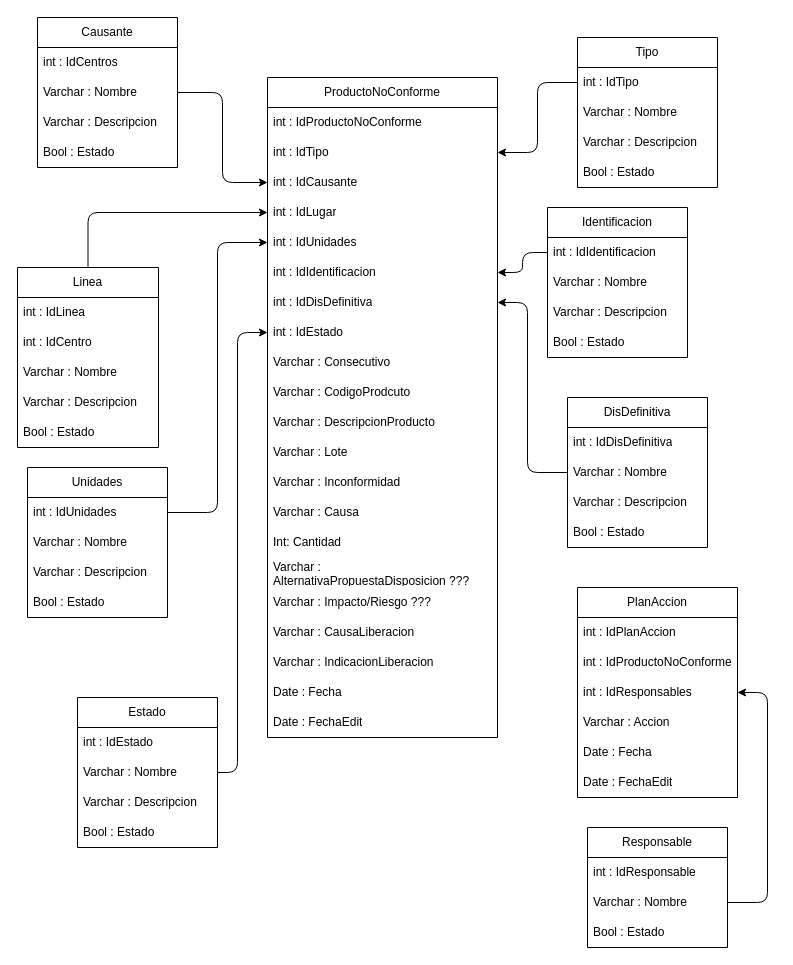
Above: ProductoNoConforme.drawio in NEODevs-T/Calidad (draw.io), before the change. Source tidied: cells renumbered, new cells numbered last; positions are measured from the earlier drawing's top-left corner, leaving out a move shared by most shapes. Both pictures are drawn from the tidied source at 100%, with x=0, y=0 at pixel (-173, 17).
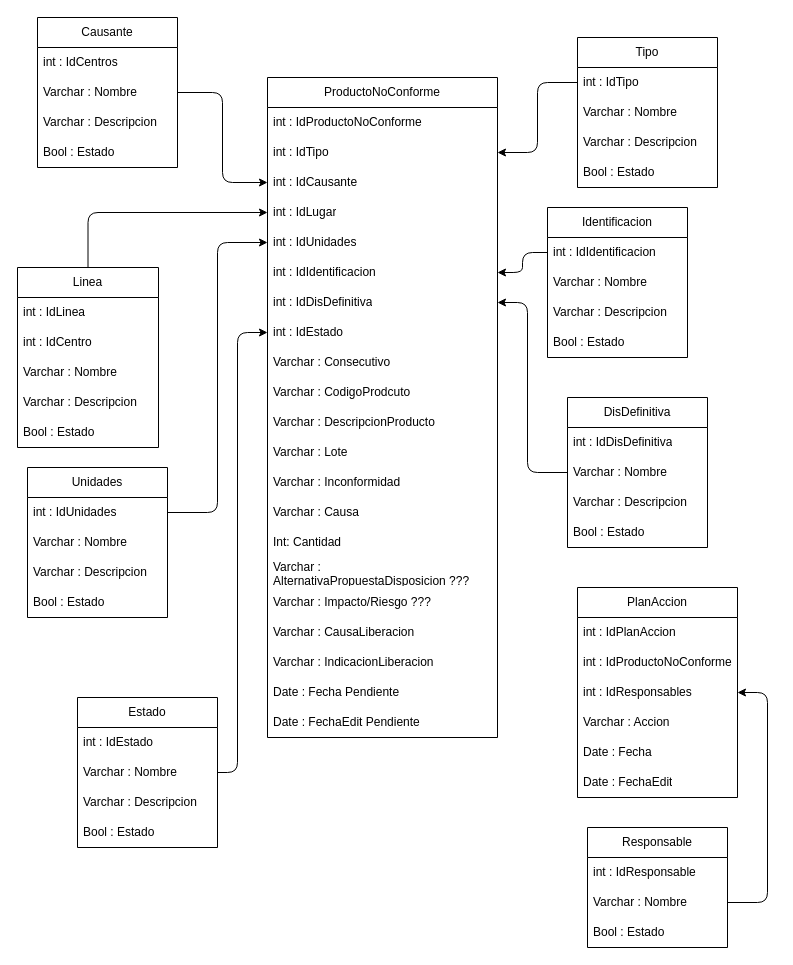
Above is the later version.

Unchanged cells that the change refers to:
```xml
<mxCell id="3" value="ProductoNoConforme" style="swimlane;fontStyle=0;horizontal=1;startSize=30;whiteSpace=wrap;html=1;" parent="1" vertex="1">
  <mxGeometry x="440" y="60" width="230" height="660" as="geometry" />
</mxCell>
```

The edit, as a diff of the source:
```diff
@@
-    <mxCell id="23" value="Date&amp;nbsp;: Fecha" style="text;strokeColor=none;fillColor=none;align=left;verticalAlign=middle;spacingLeft=4;spacingRight=4;overflow=hidden;whiteSpace=wrap;html=1;" parent="3" vertex="1">
+    <mxCell id="23" value="Date&amp;nbsp;: Fecha Pendiente" style="text;strokeColor=none;fillColor=none;align=left;verticalAlign=middle;spacingLeft=4;spacingRight=4;overflow=hidden;whiteSpace=wrap;html=1;" parent="3" vertex="1">
       <mxGeometry y="600" width="230" height="30" as="geometry" />
     </mxCell>
-    <mxCell id="24" value="Date&amp;nbsp;: FechaEdit" style="text;strokeColor=none;fillColor=none;align=left;verticalAlign=middle;spacingLeft=4;spacingRight=4;overflow=hidden;whiteSpace=wrap;html=1;" parent="3" vertex="1">
+    <mxCell id="24" value="Date&amp;nbsp;: FechaEdit Pendiente" style="text;strokeColor=none;fillColor=none;align=left;verticalAlign=middle;spacingLeft=4;spacingRight=4;overflow=hidden;whiteSpace=wrap;html=1;" parent="3" vertex="1">
       <mxGeometry y="630" width="230" height="30" as="geometry" />
     </mxCell>
```
